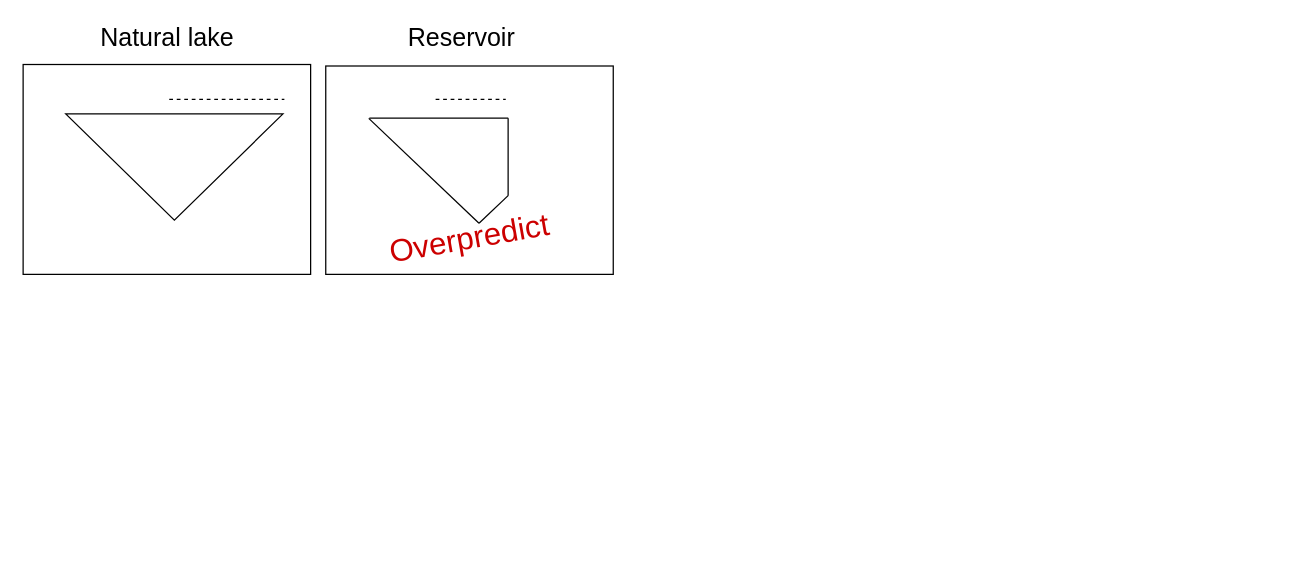
This is figures/lake_reservoir.drawio from cont-limno/bathymetry, a draw.io file, before an edit. Source tidied: cells renumbered, new cells numbered last; positions are measured from the earlier drawing's top-left corner, leaving out a move shared by most shapes. Both pictures are drawn from the tidied source at 125%, with x=0, y=0 at pixel (22, 24).
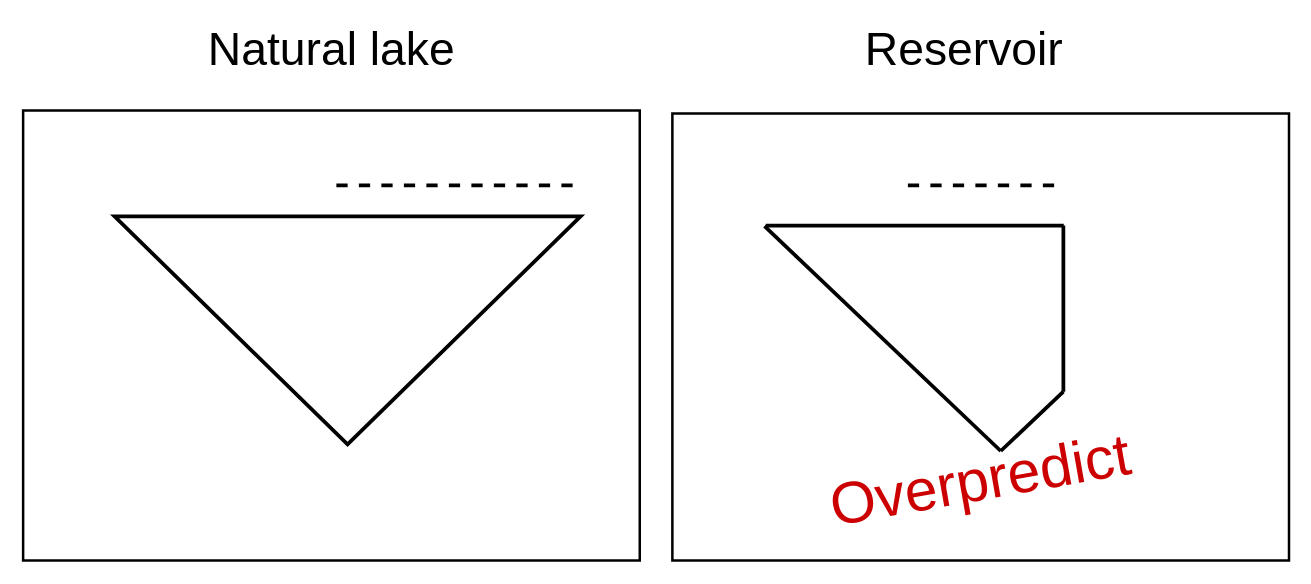
The same diagram, later.

Diff of the diagram source:
```diff
@@
     <mxCell id="2" style="group;" parent="1" vertex="1">
-      <mxGeometry width="472.1" height="200" as="geometry" />
+      <mxGeometry width="1012.7" height="428.9" as="geometry" />
     </mxCell>
-    <mxCell id="3" style="rounded=0;whiteSpace=wrap;html=1;" parent="2" vertex="1">
-      <mxGeometry y="32.1" width="230" height="167.9" as="geometry" />
+    <mxCell id="3" style="rounded=0;whiteSpace=wrap;html=1;strokeWidth=2;" parent="2" vertex="1">
+      <mxGeometry y="68.9" width="493.3" height="360" as="geometry" />
     </mxCell>
-    <mxCell id="4" style="triangle;whiteSpace=wrap;html=1;rotation=90;" parent="2" vertex="1">
-      <mxGeometry x="78.5" y="27.2" width="85" height="173.8" as="geometry" />
+    <mxCell id="4" style="triangle;whiteSpace=wrap;html=1;rotation=90;strokeWidth=3;" parent="2" vertex="1">
+      <mxGeometry x="168.4" y="58.4" width="182.3" height="372.8" as="geometry" />
     </mxCell>
-    <mxCell id="5" value="Reservoir" style="text;html=1;strokeColor=none;fillColor=none;align=center;verticalAlign=middle;whiteSpace=wrap;rounded=0;fontSize=20;" parent="2" vertex="1">
-      <mxGeometry x="331.1" width="40" height="20" as="geometry" />
+    <mxCell id="5" value="Reservoir" style="text;html=1;strokeColor=none;fillColor=none;align=center;verticalAlign=middle;whiteSpace=wrap;rounded=0;fontSize=37;" parent="2" vertex="1">
+      <mxGeometry x="710.2" width="85.8" height="42.9" as="geometry" />
     </mxCell>
-    <mxCell id="6" style="rounded=0;whiteSpace=wrap;html=1;" parent="2" vertex="1">
-      <mxGeometry x="242.1" y="33.3" width="230" height="166.7" as="geometry" />
+    <mxCell id="6" style="rounded=0;whiteSpace=wrap;html=1;strokeWidth=2;" parent="2" vertex="1">
+      <mxGeometry x="519.4" y="71.3" width="493.3" height="357.6" as="geometry" />
     </mxCell>
-    <mxCell id="7" value="Overpredict" style="text;html=1;strokeColor=none;fillColor=none;align=center;verticalAlign=middle;whiteSpace=wrap;rounded=0;rotation=-10;fontSize=25;fontColor=#CC0000;" parent="2" vertex="1">
-      <mxGeometry x="322.1" y="160" width="70" height="20" as="geometry" />
+    <mxCell id="7" value="Overpredict" style="text;html=1;strokeColor=none;fillColor=none;align=center;verticalAlign=middle;whiteSpace=wrap;rounded=0;rotation=-10;fontSize=47;fontColor=#CC0000;" parent="2" vertex="1">
+      <mxGeometry x="690.9" y="343.2" width="150.1" height="42.9" as="geometry" />
     </mxCell>
-    <mxCell id="8" value="Natural lake" style="text;html=1;strokeColor=none;fillColor=none;align=center;verticalAlign=middle;whiteSpace=wrap;rounded=0;fontSize=20;" parent="2" vertex="1">
-      <mxGeometry x="53.6" width="122.8" height="20" as="geometry" />
+    <mxCell id="8" value="Natural lake" style="text;html=1;strokeColor=none;fillColor=none;align=center;verticalAlign=middle;whiteSpace=wrap;rounded=0;fontSize=37;" parent="2" vertex="1">
+      <mxGeometry x="114.9" width="263.5" height="42.9" as="geometry" />
     </mxCell>
-    <mxCell id="9" style="endArrow=none;dashed=1;html=1;exitX=0.5;exitY=0;exitDx=0;exitDy=0;" parent="2" edge="1">
+    <mxCell id="9" style="endArrow=none;dashed=1;html=1;exitX=0.5;exitY=0;exitDx=0;exitDy=0;strokeWidth=3;" parent="2" edge="1">
       <mxGeometry relative="1" as="geometry">
-        <mxPoint x="116.9" y="60" as="sourcePoint" />
-        <mxPoint x="209" y="60" as="targetPoint" />
+        <mxPoint x="250.6" y="128.7" as="sourcePoint" />
+        <mxPoint x="448.3" y="128.7" as="targetPoint" />
       </mxGeometry>
     </mxCell>
-    <mxCell id="10" style="endArrow=none;dashed=1;html=1;" parent="2" edge="1">
+    <mxCell id="10" style="endArrow=none;dashed=1;html=1;strokeWidth=3;" parent="2" edge="1">
       <mxGeometry relative="1" as="geometry">
-        <mxPoint x="330" y="60" as="sourcePoint" />
-        <mxPoint x="386.1" y="60" as="targetPoint" />
+        <mxPoint x="707.8" y="128.7" as="sourcePoint" />
+        <mxPoint x="828.2" y="128.7" as="targetPoint" />
       </mxGeometry>
     </mxCell>
-    <mxCell id="11" style="endArrow=none;html=1;entryX=0.013;entryY=1.007;entryDx=0;entryDy=0;exitX=1;exitY=0.5;exitDx=0;exitDy=0;entryPerimeter=0;" parent="2" edge="1">
+    <mxCell id="11" style="endArrow=none;html=1;entryX=0.013;entryY=1.007;entryDx=0;entryDy=0;exitX=1;exitY=0.5;exitDx=0;exitDy=0;entryPerimeter=0;strokeWidth=3;" parent="2" edge="1">
       <mxGeometry relative="1" as="geometry">
-        <mxPoint x="364.7" y="159.1" as="sourcePoint" />
-        <mxPoint x="276.5" y="75.2" as="targetPoint" />
+        <mxPoint x="782.1" y="341.3" as="sourcePoint" />
+        <mxPoint x="593.1" y="161.4" as="targetPoint" />
       </mxGeometry>
     </mxCell>
-    <mxCell id="12" style="endArrow=none;html=1;exitX=1;exitY=0.5;exitDx=0;exitDy=0;" parent="2" edge="1">
+    <mxCell id="12" style="endArrow=none;html=1;exitX=1;exitY=0.5;exitDx=0;exitDy=0;strokeWidth=3;" parent="2" edge="1">
       <mxGeometry relative="1" as="geometry">
-        <mxPoint x="364.7" y="159.1" as="sourcePoint" />
-        <mxPoint x="388" y="137" as="targetPoint" />
+        <mxPoint x="782.1" y="341.3" as="sourcePoint" />
+        <mxPoint x="832.2" y="293.8" as="targetPoint" />
       </mxGeometry>
     </mxCell>
-    <mxCell id="13" style="endArrow=none;html=1;" parent="2" edge="1">
+    <mxCell id="13" style="endArrow=none;html=1;strokeWidth=3;" parent="2" edge="1">
       <mxGeometry relative="1" as="geometry">
-        <mxPoint x="277" y="75" as="sourcePoint" />
-        <mxPoint x="388.1" y="75" as="targetPoint" />
+        <mxPoint x="594.1" y="160.9" as="sourcePoint" />
+        <mxPoint x="832.5" y="160.9" as="targetPoint" />
       </mxGeometry>
     </mxCell>
-    <mxCell id="14" style="endArrow=none;html=1;" parent="2" edge="1">
+    <mxCell id="14" style="endArrow=none;html=1;strokeWidth=3;" parent="2" edge="1">
       <mxGeometry relative="1" as="geometry">
-        <mxPoint x="388" y="137" as="sourcePoint" />
-        <mxPoint x="388" y="75" as="targetPoint" />
+        <mxPoint x="832.2" y="293.8" as="sourcePoint" />
+        <mxPoint x="832.2" y="160.9" as="targetPoint" />
       </mxGeometry>
     </mxCell>
```
